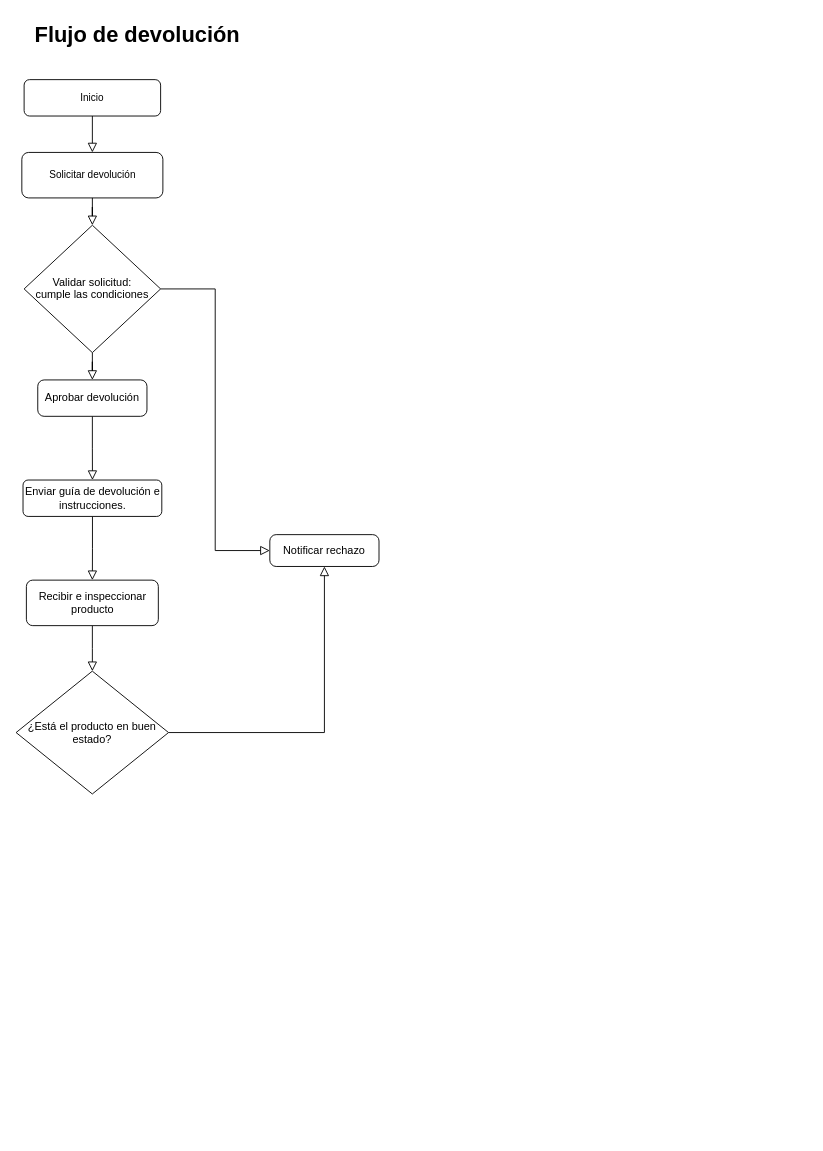
This is page "Página-2" (2 of 2) of json/Diagrama sin título.drawio from OzkrMonroy/university_pokemon_game_docs, a draw.io file, before an edit. Source tidied: cells renumbered, new cells numbered last; positions are measured from the earlier drawing's top-left corner, leaving out a move shared by most shapes. Both pictures are drawn from the tidied source at 91%, with x=0, y=0 at pixel (15, 15).
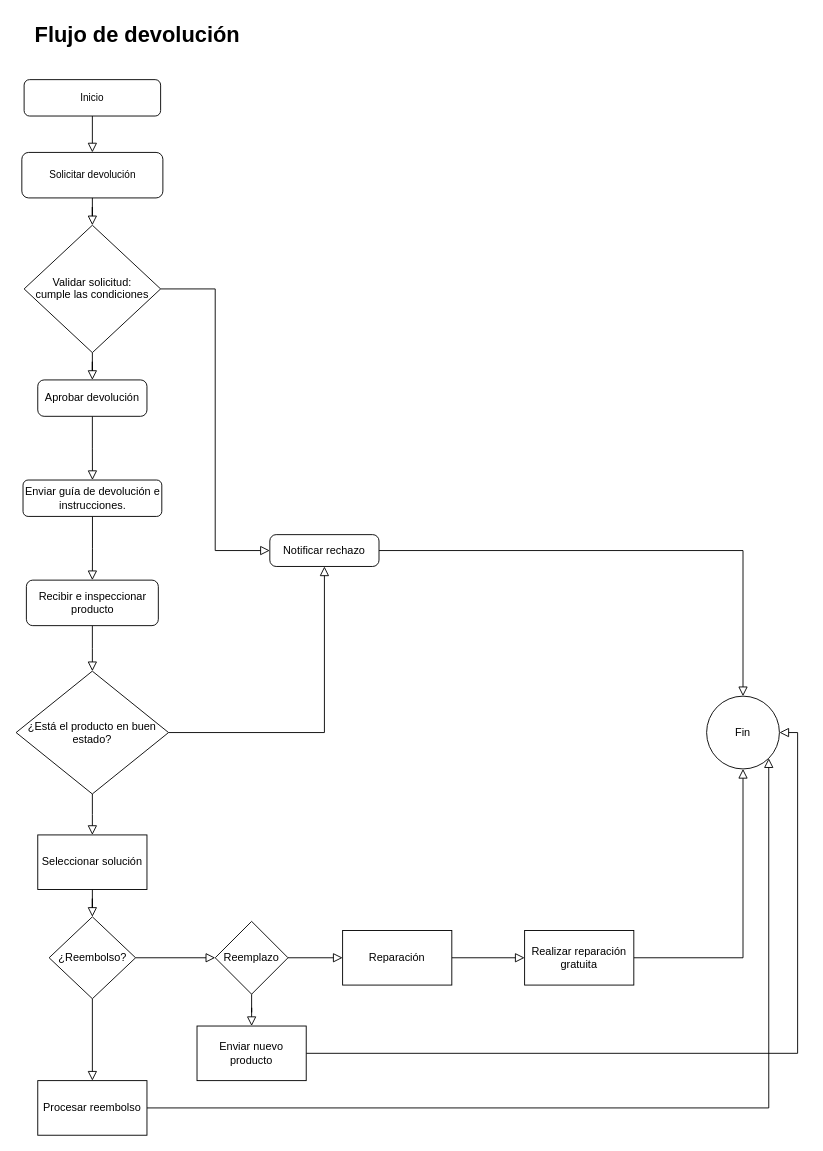
After the change.

The change refers to these unchanged cells:
```xml
<mxCell id="12" value="Notificar rechazo" style="rounded=1;whiteSpace=wrap;html=1;absoluteArcSize=1;arcSize=14;strokeWidth=1;" parent="1" vertex="1">
  <mxGeometry x="279" y="570" width="120" height="35" as="geometry" />
</mxCell>
<mxCell id="20" value="¿Está el producto en buen estado?" style="rhombus;whiteSpace=wrap;html=1;rounded=0;arcSize=14;strokeWidth=1;" parent="1" vertex="1">
  <mxGeometry x="0.2" y="720" width="167.5" height="135" as="geometry" />
</mxCell>
```

The edit, as a diff of the source:
```diff
@@
+    <mxCell id="21" style="edgeStyle=orthogonalEdgeStyle;rounded=0;jettySize=auto;html=1;shadow=0;strokeColor=default;strokeWidth=1;align=center;verticalAlign=middle;fontFamily=Helvetica;fontSize=11;fontColor=default;labelBackgroundColor=none;jumpSize=8;endArrow=block;endFill=0;endSize=8;" parent="1" edge="1" source="12" target="39">
+      <mxGeometry relative="1" as="geometry" />
+    </mxCell>
@@
+    <mxCell id="22" style="edgeStyle=orthogonalEdgeStyle;rounded=0;jettySize=auto;html=1;shadow=0;strokeColor=default;strokeWidth=1;align=center;verticalAlign=middle;fontFamily=Helvetica;fontSize=11;fontColor=default;labelBackgroundColor=none;jumpSize=8;endArrow=block;endFill=0;endSize=8;" parent="1" edge="1" source="20" target="24">
+      <mxGeometry relative="1" as="geometry" />
+    </mxCell>
@@
+    <mxCell id="23" style="edgeStyle=orthogonalEdgeStyle;rounded=0;jettySize=auto;html=1;shadow=0;strokeColor=default;strokeWidth=1;align=center;verticalAlign=middle;fontFamily=Helvetica;fontSize=11;fontColor=default;labelBackgroundColor=none;jumpSize=8;endArrow=block;endFill=0;endSize=8;" parent="1" edge="1" source="24" target="27">
+      <mxGeometry relative="1" as="geometry" />
+    </mxCell>
+    <mxCell id="24" value="Seleccionar solución" style="whiteSpace=wrap;html=1;rounded=0;arcSize=14;strokeWidth=1;" parent="1" vertex="1">
+      <mxGeometry x="24" y="900" width="120" height="60" as="geometry" />
+    </mxCell>
+    <mxCell id="25" style="edgeStyle=orthogonalEdgeStyle;rounded=0;jettySize=auto;html=1;shadow=0;strokeColor=default;strokeWidth=1;align=center;verticalAlign=middle;fontFamily=Helvetica;fontSize=11;fontColor=default;labelBackgroundColor=none;jumpSize=8;endArrow=block;endFill=0;endSize=8;" parent="1" edge="1" source="27" target="29">
+      <mxGeometry relative="1" as="geometry" />
+    </mxCell>
+    <mxCell id="26" style="edgeStyle=orthogonalEdgeStyle;rounded=0;jettySize=auto;html=1;shadow=0;strokeColor=default;strokeWidth=1;align=center;verticalAlign=middle;fontFamily=Helvetica;fontSize=11;fontColor=default;labelBackgroundColor=none;jumpSize=8;endArrow=block;endFill=0;endSize=8;" parent="1" edge="1" source="27" target="32">
+      <mxGeometry relative="1" as="geometry" />
+    </mxCell>
+    <mxCell id="27" value="¿Reembolso?" style="rhombus;whiteSpace=wrap;html=1;rounded=0;arcSize=14;strokeWidth=1;" parent="1" vertex="1">
+      <mxGeometry x="36.5" y="990" width="95" height="90" as="geometry" />
+    </mxCell>
+    <mxCell id="28" style="edgeStyle=orthogonalEdgeStyle;rounded=0;jettySize=auto;html=1;entryX=1;entryY=1;entryDx=0;entryDy=0;shadow=0;strokeColor=default;strokeWidth=1;align=center;verticalAlign=middle;fontFamily=Helvetica;fontSize=11;fontColor=default;labelBackgroundColor=none;jumpSize=8;endArrow=block;endFill=0;endSize=8;" parent="1" edge="1" source="29" target="39">
+      <mxGeometry relative="1" as="geometry" />
+    </mxCell>
+    <mxCell id="29" value="Procesar reembolso" style="whiteSpace=wrap;html=1;rounded=0;arcSize=14;strokeWidth=1;" parent="1" vertex="1">
+      <mxGeometry x="24" y="1170" width="120" height="60" as="geometry" />
+    </mxCell>
+    <mxCell id="30" style="edgeStyle=orthogonalEdgeStyle;rounded=0;jettySize=auto;html=1;shadow=0;strokeColor=default;strokeWidth=1;align=center;verticalAlign=middle;fontFamily=Helvetica;fontSize=11;fontColor=default;labelBackgroundColor=none;jumpSize=8;endArrow=block;endFill=0;endSize=8;" parent="1" edge="1" source="32" target="34">
+      <mxGeometry relative="1" as="geometry" />
+    </mxCell>
+    <mxCell id="31" style="edgeStyle=orthogonalEdgeStyle;rounded=0;jettySize=auto;html=1;shadow=0;strokeColor=default;strokeWidth=1;align=center;verticalAlign=middle;fontFamily=Helvetica;fontSize=11;fontColor=default;labelBackgroundColor=none;jumpSize=8;endArrow=block;endFill=0;endSize=8;" parent="1" edge="1" source="32" target="36">
+      <mxGeometry relative="1" as="geometry" />
+    </mxCell>
+    <mxCell id="32" value="Reemplazo" style="rhombus;whiteSpace=wrap;html=1;rounded=0;arcSize=14;strokeWidth=1;" parent="1" vertex="1">
+      <mxGeometry x="219" y="995" width="80" height="80" as="geometry" />
+    </mxCell>
+    <mxCell id="33" style="edgeStyle=orthogonalEdgeStyle;rounded=0;jettySize=auto;html=1;entryX=1;entryY=0.5;entryDx=0;entryDy=0;shadow=0;strokeColor=default;strokeWidth=1;align=center;verticalAlign=middle;fontFamily=Helvetica;fontSize=11;fontColor=default;labelBackgroundColor=none;jumpSize=8;endArrow=block;endFill=0;endSize=8;" parent="1" edge="1" source="34" target="39">
+      <mxGeometry relative="1" as="geometry" />
+    </mxCell>
+    <mxCell id="34" value="Enviar nuevo producto" style="whiteSpace=wrap;html=1;rounded=0;arcSize=14;strokeWidth=1;" parent="1" vertex="1">
+      <mxGeometry x="199" y="1110" width="120" height="60" as="geometry" />
+    </mxCell>
+    <mxCell id="35" style="edgeStyle=orthogonalEdgeStyle;rounded=0;jettySize=auto;html=1;shadow=0;strokeColor=default;strokeWidth=1;align=center;verticalAlign=middle;fontFamily=Helvetica;fontSize=11;fontColor=default;labelBackgroundColor=none;jumpSize=8;endArrow=block;endFill=0;endSize=8;" parent="1" edge="1" source="36" target="38">
+      <mxGeometry relative="1" as="geometry" />
+    </mxCell>
+    <mxCell id="36" value="Reparación" style="whiteSpace=wrap;html=1;rounded=0;arcSize=14;strokeWidth=1;" parent="1" vertex="1">
+      <mxGeometry x="359" y="1005" width="120" height="60" as="geometry" />
+    </mxCell>
+    <mxCell id="37" style="edgeStyle=orthogonalEdgeStyle;rounded=0;jettySize=auto;html=1;shadow=0;strokeColor=default;strokeWidth=1;align=center;verticalAlign=middle;fontFamily=Helvetica;fontSize=11;fontColor=default;labelBackgroundColor=none;jumpSize=8;endArrow=block;endFill=0;endSize=8;" parent="1" edge="1" source="38" target="39">
+      <mxGeometry relative="1" as="geometry" />
+    </mxCell>
+    <mxCell id="38" value="Realizar reparación gratuita" style="whiteSpace=wrap;html=1;rounded=0;arcSize=14;strokeWidth=1;" parent="1" vertex="1">
+      <mxGeometry x="559" y="1005" width="120" height="60" as="geometry" />
+    </mxCell>
+    <mxCell id="39" value="Fin" style="ellipse;whiteSpace=wrap;html=1;rounded=1;arcSize=14;strokeWidth=1;" parent="1" vertex="1">
+      <mxGeometry x="759" y="747.5" width="80" height="80" as="geometry" />
+    </mxCell>
```
